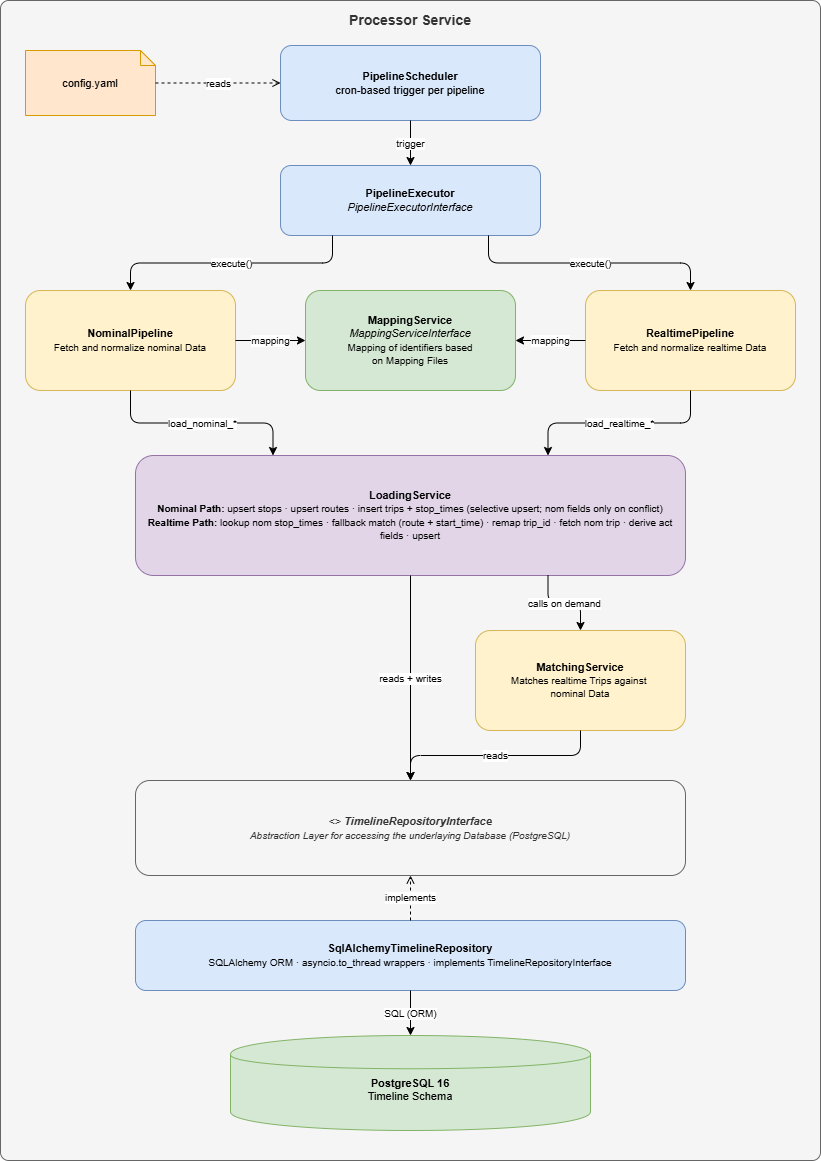
sebastianknopf/timeline keeps this draw.io diagram as docs/processor.png. Above is the earlier version. Source tidied: cells renumbered, new cells last; positions are measured from the earlier drawing's top-left corner, leaving out a move shared by most shapes.
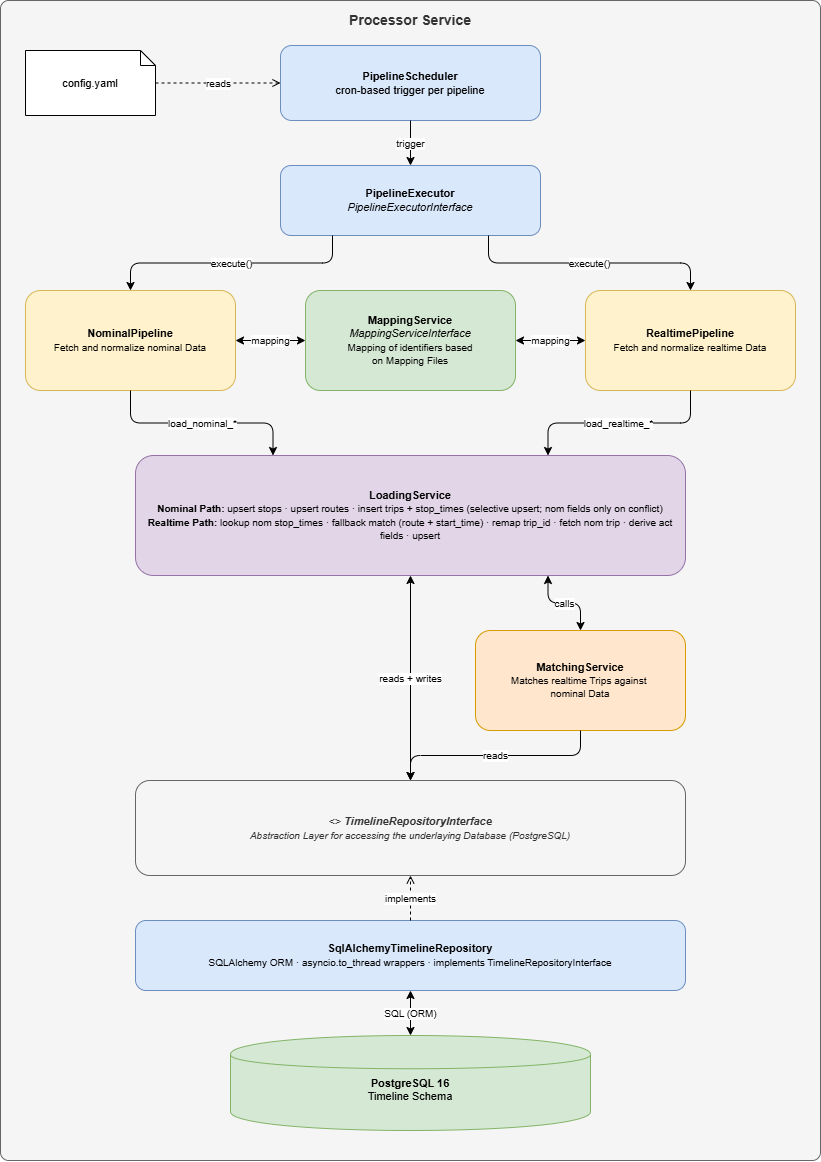
The same file after the commit.

Commit message:
updated architecture graphic to match current implementation

Change to the diagram source:
```diff
@@ -5,7 +5,7 @@
     <mxCell id="2" value="Processor Service" style="rounded=1;whiteSpace=wrap;html=1;arcSize=1;fillColor=#f5f5f5;strokeColor=#666666;fontColor=#333333;fontSize=14;fontStyle=1;verticalAlign=top;align=center;spacingTop=5;" parent="1" vertex="1">
       <mxGeometry width="820" height="1160" as="geometry" />
     </mxCell>
-    <mxCell id="3" value="config.yaml" style="shape=note;whiteSpace=wrap;html=1;backgroundOutline=1;size=15;fillColor=#ffe6cc;strokeColor=#d79b00;fontSize=11;" parent="1" vertex="1">
+    <mxCell id="3" value="config.yaml" style="shape=note;whiteSpace=wrap;html=1;backgroundOutline=1;size=15;fontSize=11;" parent="1" vertex="1">
       <mxGeometry x="25" y="50" width="130" height="65" as="geometry" />
     </mxCell>
     <mxCell id="4" value="&lt;b&gt;PipelineScheduler&lt;/b&gt;&lt;br/&gt;cron-based trigger per pipeline" style="rounded=1;whiteSpace=wrap;html=1;fillColor=#dae8fc;strokeColor=#6c8ebf;fontSize=11;" parent="1" vertex="1">
@@ -47,10 +47,10 @@
     <mxCell id="16" value="execute()" style="edgeStyle=orthogonalEdgeStyle;html=1;fontSize=10;exitX=0.8;exitY=1;exitDx=0;exitDy=0;entryX=0.5;entryY=0;entryDx=0;entryDy=0;" parent="1" edge="1" source="5" target="8">
       <mxGeometry relative="1" as="geometry" />
     </mxCell>
-    <mxCell id="17" value="mapping" style="edgeStyle=orthogonalEdgeStyle;html=1;fontSize=10;exitX=1;exitY=0.5;exitDx=0;exitDy=0;entryX=0;entryY=0.5;entryDx=0;entryDy=0;" parent="1" edge="1" source="6" target="7">
+    <mxCell id="17" value="mapping" style="edgeStyle=orthogonalEdgeStyle;html=1;fontSize=10;exitX=1;exitY=0.5;exitDx=0;exitDy=0;entryX=0;entryY=0.5;entryDx=0;entryDy=0;startArrow=classic;startFill=1;" parent="1" edge="1" source="6" target="7">
       <mxGeometry relative="1" as="geometry" />
     </mxCell>
-    <mxCell id="18" value="mapping" style="edgeStyle=orthogonalEdgeStyle;html=1;fontSize=10;exitX=0;exitY=0.5;exitDx=0;exitDy=0;entryX=1;entryY=0.5;entryDx=0;entryDy=0;" parent="1" edge="1" source="8" target="7">
+    <mxCell id="18" value="mapping" style="edgeStyle=orthogonalEdgeStyle;html=1;fontSize=10;exitX=0;exitY=0.5;exitDx=0;exitDy=0;entryX=1;entryY=0.5;entryDx=0;entryDy=0;startArrow=classic;startFill=1;" parent="1" edge="1" source="8" target="7">
       <mxGeometry relative="1" as="geometry" />
     </mxCell>
     <mxCell id="19" value="load_nominal_*" style="edgeStyle=orthogonalEdgeStyle;html=1;fontSize=10;exitX=0.5;exitY=1;exitDx=0;exitDy=0;entryX=0.25;entryY=0;entryDx=0;entryDy=0;" parent="1" edge="1" source="6" target="9">
@@ -59,22 +59,22 @@
     <mxCell id="20" value="load_realtime_*" style="edgeStyle=orthogonalEdgeStyle;html=1;fontSize=10;exitX=0.5;exitY=1;exitDx=0;exitDy=0;entryX=0.75;entryY=0;entryDx=0;entryDy=0;" parent="1" edge="1" source="8" target="9">
       <mxGeometry relative="1" as="geometry" />
     </mxCell>
-    <mxCell id="21" value="reads + writes" style="edgeStyle=orthogonalEdgeStyle;html=1;fontSize=10;exitX=0.5;exitY=1;exitDx=0;exitDy=0;entryX=0.5;entryY=0;entryDx=0;entryDy=0;" parent="1" edge="1" source="9" target="10">
+    <mxCell id="21" value="reads + writes" style="edgeStyle=orthogonalEdgeStyle;html=1;fontSize=10;exitX=0.5;exitY=1;exitDx=0;exitDy=0;entryX=0.5;entryY=0;entryDx=0;entryDy=0;startArrow=classic;startFill=1;" parent="1" edge="1" source="9" target="10">
       <mxGeometry relative="1" as="geometry" />
     </mxCell>
     <mxCell id="22" value="implements" style="edgeStyle=orthogonalEdgeStyle;html=1;fontSize=10;dashed=1;endArrow=open;endFill=0;exitX=0.5;exitY=0;exitDx=0;exitDy=0;entryX=0.5;entryY=1;entryDx=0;entryDy=0;" parent="1" edge="1" source="11" target="10">
       <mxGeometry relative="1" as="geometry" />
     </mxCell>
-    <mxCell id="23" value="SQL (ORM)" style="edgeStyle=orthogonalEdgeStyle;html=1;fontSize=10;exitX=0.5;exitY=1;exitDx=0;exitDy=0;entryX=0.5;entryY=0;entryDx=0;entryDy=0;" parent="1" edge="1" source="11" target="12">
+    <mxCell id="23" value="SQL (ORM)" style="edgeStyle=orthogonalEdgeStyle;html=1;fontSize=10;exitX=0.5;exitY=1;exitDx=0;exitDy=0;entryX=0.5;entryY=0;entryDx=0;entryDy=0;startArrow=classic;startFill=1;" parent="1" edge="1" source="11" target="12">
       <mxGeometry relative="1" as="geometry" />
     </mxCell>
-    <mxCell id="24" value="&lt;b&gt;MatchingService&lt;/b&gt;&lt;br&gt;&lt;span style=&quot;font-size: 10px;&quot;&gt;Matches realtime Trips against&amp;nbsp;&lt;br&gt;nominal Data&lt;/span&gt;" style="rounded=1;whiteSpace=wrap;html=1;fillColor=#fff2cc;strokeColor=#d6b656;fontSize=11;" parent="1" vertex="1">
+    <mxCell id="24" value="&lt;b&gt;MatchingService&lt;/b&gt;&lt;br&gt;&lt;span style=&quot;font-size: 10px;&quot;&gt;Matches realtime Trips against&amp;nbsp;&lt;br&gt;nominal Data&lt;/span&gt;" style="rounded=1;whiteSpace=wrap;html=1;fillColor=#ffe6cc;strokeColor=#d79b00;fontSize=11;" parent="1" vertex="1">
       <mxGeometry x="475" y="630" width="210" height="100" as="geometry" />
     </mxCell>
     <mxCell id="25" value="reads" style="edgeStyle=orthogonalEdgeStyle;html=1;fontSize=10;exitX=0.5;exitY=1;exitDx=0;exitDy=0;entryX=0.5;entryY=0;entryDx=0;entryDy=0;" parent="1" edge="1" source="24" target="10">
       <mxGeometry relative="1" as="geometry" />
     </mxCell>
-    <mxCell id="26" value="calls on demand" style="edgeStyle=orthogonalEdgeStyle;html=1;fontSize=10;exitX=0.75;exitY=1;exitDx=0;exitDy=0;entryX=0.5;entryY=0;entryDx=0;entryDy=0;" parent="1" edge="1" source="9" target="24">
+    <mxCell id="26" value="calls" style="edgeStyle=orthogonalEdgeStyle;html=1;fontSize=10;exitX=0.75;exitY=1;exitDx=0;exitDy=0;entryX=0.5;entryY=0;entryDx=0;entryDy=0;startArrow=classic;startFill=1;" parent="1" edge="1" source="9" target="24">
       <mxGeometry relative="1" as="geometry" />
     </mxCell>
   </root>
```
